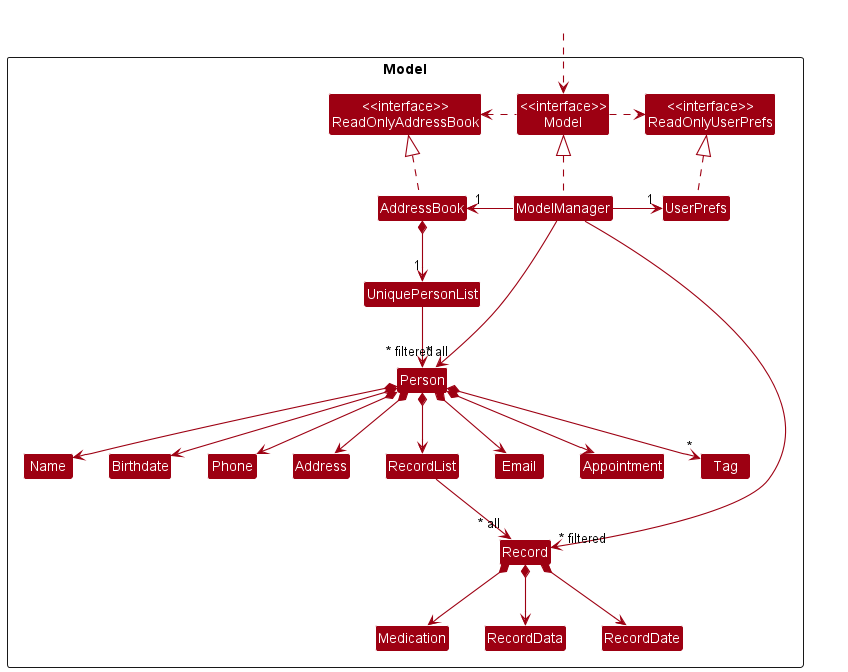
Earlier version of the PlantUML export docs/images/ModelClassDiagram.png (nus-cs2103-AY2223S1/tp).
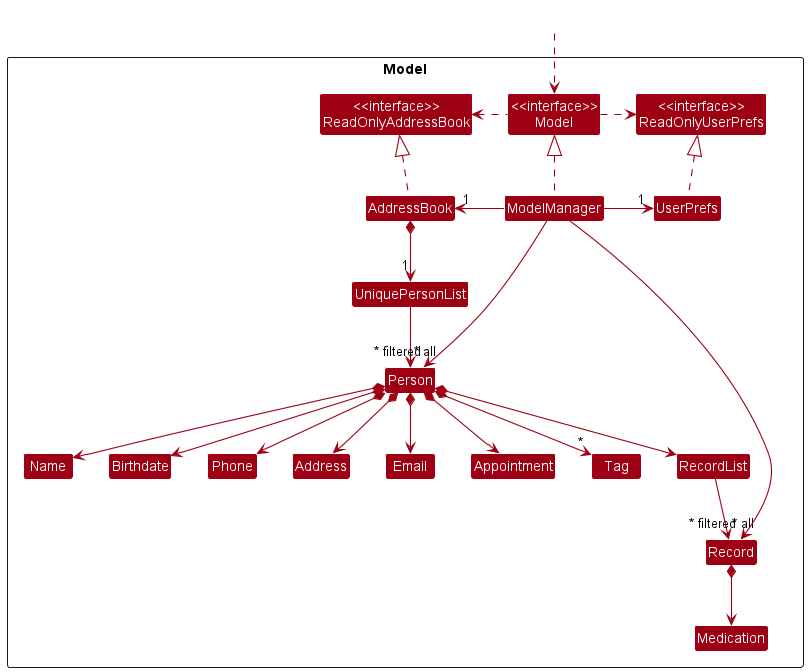
The same file after the commit.

Change to the diagram source:
```diff
@@ -25,8 +25,6 @@
 Class RecordList
 Class Record
 Class Medication
-Class RecordData
-Class RecordDate
 }
 
 Class HiddenOutside #FFFFFF
@@ -54,13 +52,10 @@
 
 Name -[hidden]right-> Birthdate
 Phone -[hidden]right-> Address
-Address -[hidden]right-> RecordList
-RecordList -[hidden]right-> Email
+Address -[hidden]right-> Email
 
 RecordList --> "~* all" Record
 Record *--> Medication
-Record *--> RecordDate
-Record *--> RecordData
 
 ModelManager -->"~* filtered" Person
 ModelManager -->"~* filtered" Record
```
